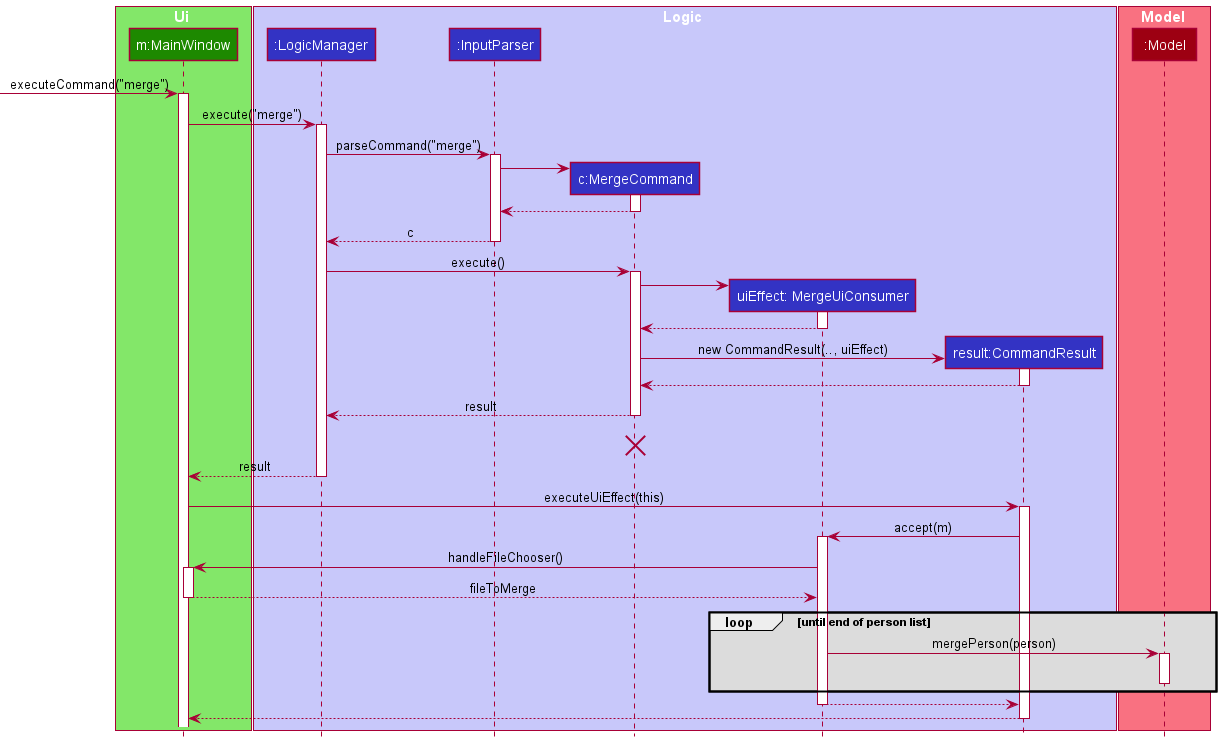
Before: docs/images/MergeSequenceDiagram.png, a diagram exported from PlantUML (vigneshsankariyer1234567890/tp). Source of this version:
```plantuml
@startuml
!include style.puml

box Ui UI_COLOR_T1
participant "m:MainWindow" as MainWindow UI_COLOR
end box

box Logic LOGIC_COLOR_T1
participant ":LogicManager" as LogicManager LOGIC_COLOR
participant ":InputParser" as InputParser LOGIC_COLOR
participant "c:MergeCommand" as MergeCommand LOGIC_COLOR
participant "uiEffect: MergeUiConsumer" as UiConsumer LOGIC_COLOR
participant "result:CommandResult" as CommandResult LOGIC_COLOR
end box

box Model MODEL_COLOR_T1
participant ":Model" as Model MODEL_COLOR
end box

[-> MainWindow : executeCommand("merge")
activate MainWindow

MainWindow -> LogicManager : execute("merge")
activate LogicManager

LogicManager -> InputParser : parseCommand("merge")
activate InputParser

create MergeCommand
InputParser -> MergeCommand
activate MergeCommand

MergeCommand --> InputParser
deactivate MergeCommand

InputParser --> LogicManager : c
deactivate InputParser

LogicManager -> MergeCommand : execute()
activate MergeCommand


create UiConsumer
MergeCommand -> UiConsumer
activate UiConsumer
UiConsumer --> MergeCommand
deactivate UiConsumer

create CommandResult
MergeCommand -> CommandResult : new CommandResult(.., uiEffect)
activate CommandResult

CommandResult --> MergeCommand
deactivate CommandResult
MergeCommand --> LogicManager : result
deactivate MergeCommand
MergeCommand -[hidden]-> LogicManager : result
destroy MergeCommand

MainWindow<--LogicManager : result
deactivate LogicManager

MainWindow -> CommandResult : executeUiEffect(this)
activate CommandResult

CommandResult -> UiConsumer : accept(m)
activate UiConsumer

UiConsumer -> MainWindow : handleFileChooser()
activate MainWindow

MainWindow --> UiConsumer :fileToMerge
deactivate MainWindow

loop LOOP_COLOR until end of person list
UiConsumer -> Model : mergePerson(person)
activate Model
deactivate Model
end

UiConsumer --> CommandResult
deactivate UiConsumer

CommandResult --> MainWindow
deactivate CommandResult


@enduml
```
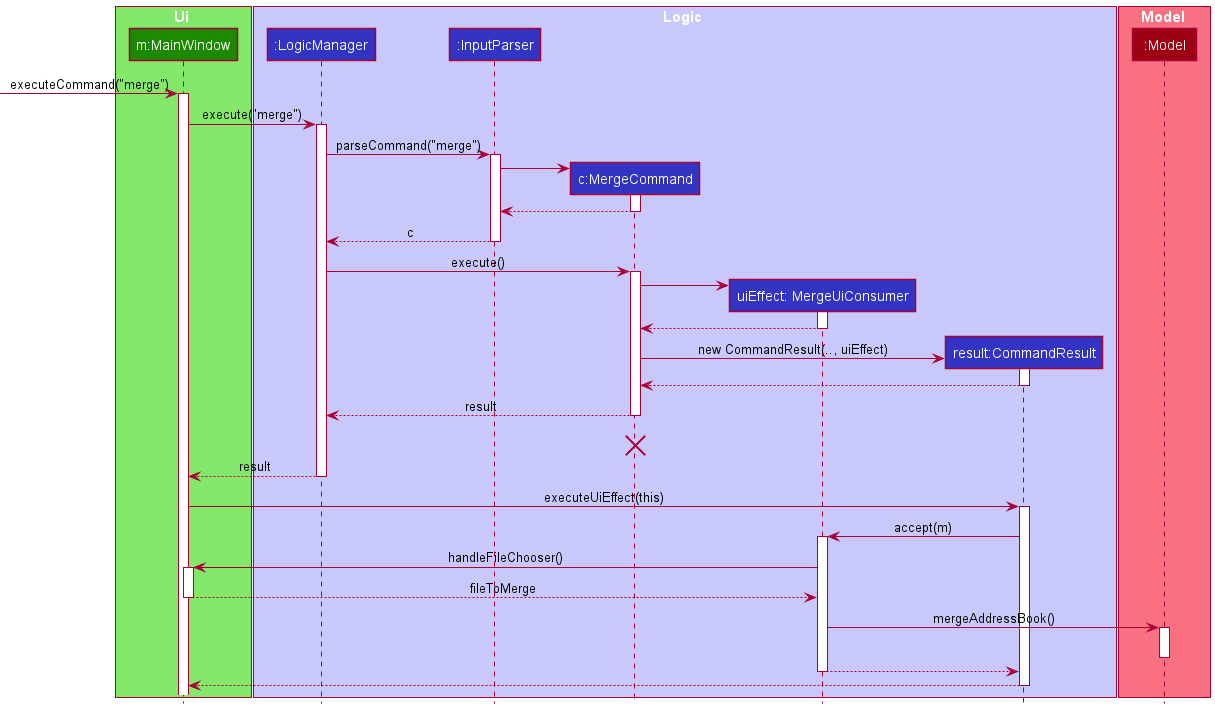
After the change.

Change to the diagram source:
```diff
@@ -72,11 +72,9 @@
 MainWindow --> UiConsumer :fileToMerge
 deactivate MainWindow
 
-loop LOOP_COLOR until end of person list
-UiConsumer -> Model : mergePerson(person)
+UiConsumer -> Model : mergeAddressBook()
 activate Model
 deactivate Model
-end
 
 UiConsumer --> CommandResult
 deactivate UiConsumer
```
